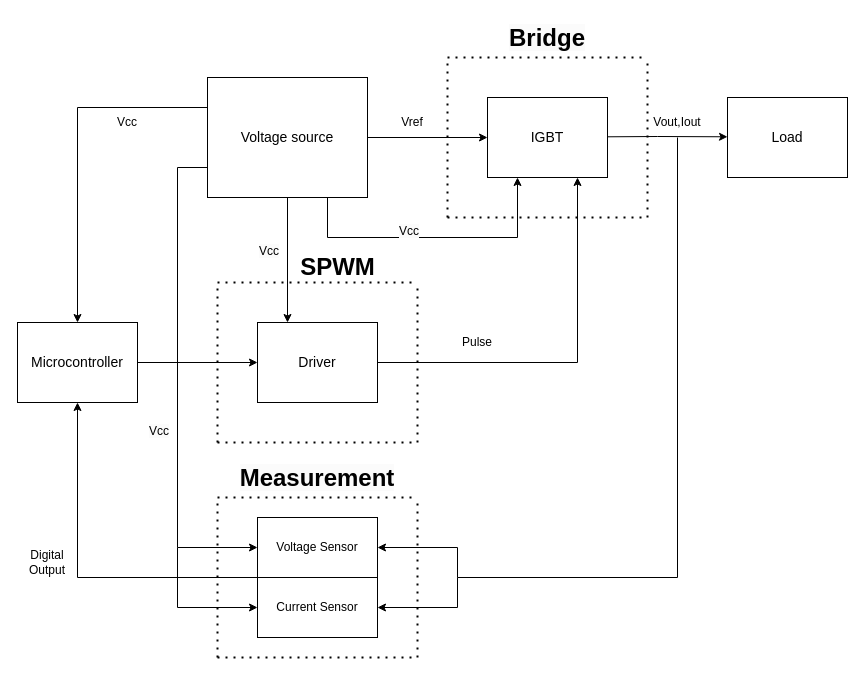
Before: DKS.drawio in K2ayzz/ForDrawIO, a draw.io diagram. Source tidied: cells renumbered, new cells numbered last; positions are measured from the earlier drawing's top-left corner, leaving out a move shared by most shapes. Both pictures are drawn from the tidied source at 100%, with x=0, y=0 at pixel (17, 17).
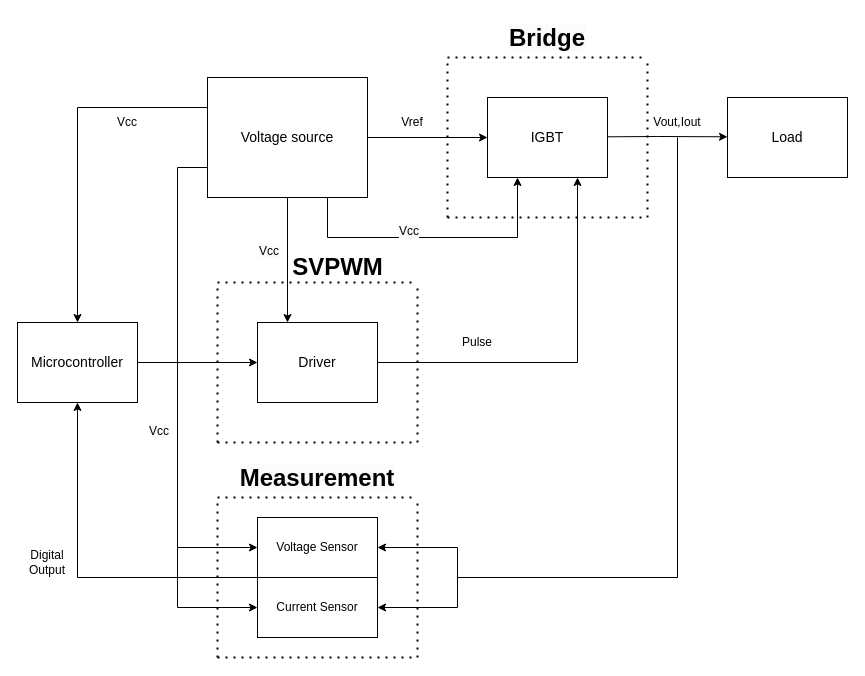
Above is the later version.

Commit message:
Cập nhật DKS.drawio

What changed in the source:
```diff
@@
-    <mxCell id="10" value="SPWM" style="text;strokeColor=none;fillColor=none;html=1;fontSize=24;fontStyle=1;verticalAlign=middle;align=center;" parent="1" vertex="1">
+    <mxCell id="10" value="SVPWM" style="text;strokeColor=none;fillColor=none;html=1;fontSize=24;fontStyle=1;verticalAlign=middle;align=center;" parent="1" vertex="1">
       <mxGeometry x="270" y="230" width="100" height="40" as="geometry" />
     </mxCell>
```
